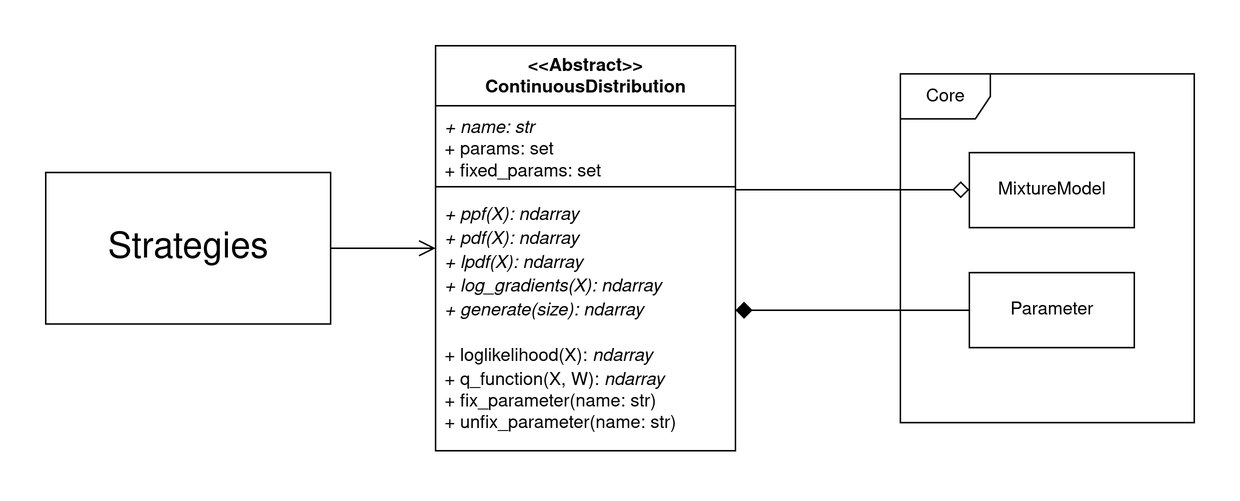
Before: _images/distributions.png, a diagram exported from draw.io (PySATL/rework-pysatl-mpest). Source tidied: cells renumbered, new cells last; positions are measured from the earlier drawing's top-left corner, leaving out a move shared by most shapes.
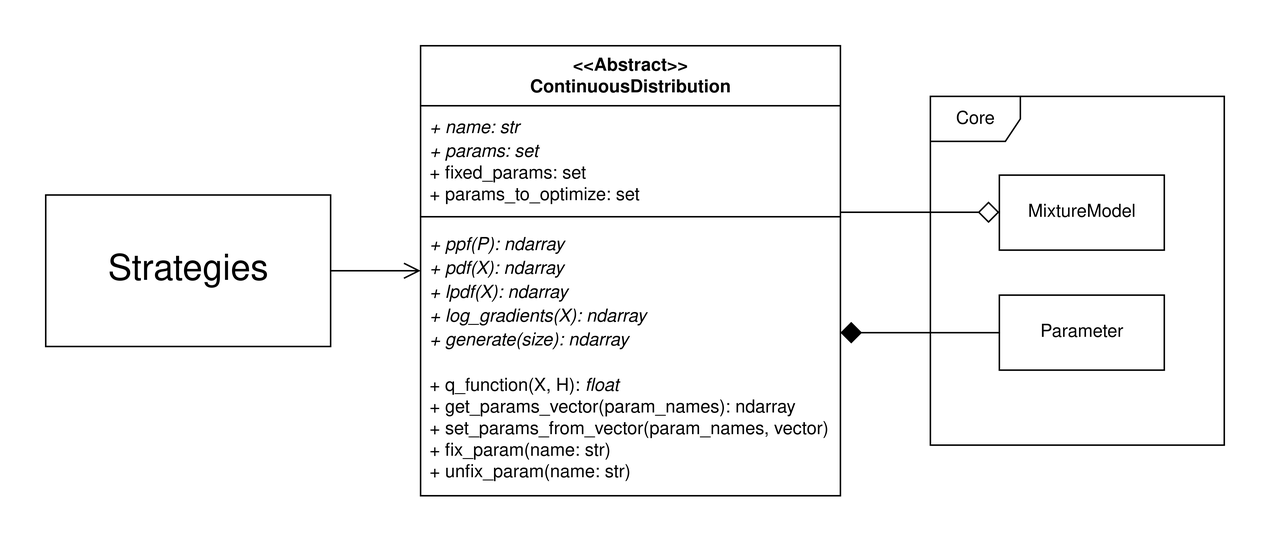
After the commit.

What changed in the source:
```diff
@@ -2,37 +2,25 @@
   <root>
     <mxCell id="0" />
     <mxCell id="1" parent="0" />
-    <mxCell id="2" style="edgeStyle=orthogonalEdgeStyle;rounded=0;jettySize=auto;html=1;endArrow=diamond;endFill=0;endSize=9;" parent="1" edge="1" source="3" target="8">
+    <mxCell id="2" style="edgeStyle=orthogonalEdgeStyle;rounded=0;jettySize=auto;html=1;endArrow=diamond;endFill=0;endSize=12;" parent="1" edge="1" source="3" target="8">
       <mxGeometry relative="1" as="geometry">
         <Array as="points">
-          <mxPoint x="500" y="96" />
-          <mxPoint x="500" y="96" />
+          <mxPoint x="540" y="96" />
+          <mxPoint x="540" y="96" />
         </Array>
       </mxGeometry>
     </mxCell>
-    <mxCell id="3" value="&amp;lt;&amp;lt;Abstract&amp;gt;&amp;gt;&lt;div&gt;ContinuousDistribution&lt;/div&gt;" style="swimlane;fontStyle=1;align=center;verticalAlign=top;horizontal=1;startSize=40;whiteSpace=wrap;html=1;" parent="1" vertex="1">
-      <mxGeometry x="260" width="200" height="270" as="geometry" />
-    </mxCell>
-    <mxCell id="4" value="&lt;div&gt;&lt;i&gt;+ name: str&lt;/i&gt;&lt;/div&gt;&lt;div&gt;+ params: set&lt;/div&gt;&lt;div&gt;+ fixed_params: set&lt;/div&gt;" style="text;strokeColor=none;fillColor=none;align=left;verticalAlign=top;spacingLeft=4;spacingRight=4;overflow=hidden;whiteSpace=wrap;html=1;" parent="3" vertex="1">
-      <mxGeometry y="40" width="200" height="50" as="geometry" />
-    </mxCell>
-    <mxCell id="5" style="line;strokeWidth=1;fillColor=none;align=left;verticalAlign=middle;spacingTop=-1;spacingLeft=3;spacingRight=3;labelPosition=right;strokeColor=inherit;" parent="3" vertex="1">
-      <mxGeometry y="90" width="200" height="8" as="geometry" />
-    </mxCell>
-    <mxCell id="6" value="&lt;div&gt;&lt;i&gt;+ ppf(X): ndarray&lt;/i&gt;&lt;/div&gt;&lt;div&gt;&lt;i&gt;+ pdf(X):&amp;nbsp;&lt;/i&gt;&lt;i&gt;ndarray&lt;/i&gt;&lt;/div&gt;&lt;div&gt;&lt;i&gt;+ lpdf(X):&amp;nbsp;&lt;/i&gt;&lt;i&gt;ndarray&lt;/i&gt;&lt;/div&gt;&lt;div&gt;&lt;i&gt;+ log_gradients(X):&amp;nbsp;&lt;/i&gt;&lt;i&gt;ndarray&lt;/i&gt;&lt;/div&gt;&lt;div&gt;&lt;i&gt;+ generate(size):&amp;nbsp;&lt;/i&gt;&lt;i&gt;ndarray&lt;/i&gt;&lt;/div&gt;&lt;div&gt;&lt;br&gt;&lt;/div&gt;&lt;div&gt;+ loglikelihood(X):&amp;nbsp;&lt;i&gt;ndarray&lt;/i&gt;&lt;/div&gt;&lt;div&gt;+ q_function(X, W):&amp;nbsp;&lt;i&gt;ndarray&lt;/i&gt;&lt;/div&gt;&lt;div&gt;+ fix_parameter(name: str)&lt;/div&gt;&lt;div&gt;+ unfix_parameter(name: str)&lt;/div&gt;&lt;div&gt;&lt;i&gt;&lt;br&gt;&lt;/i&gt;&lt;/div&gt;&lt;div&gt;&lt;i&gt;&lt;br&gt;&lt;/i&gt;&lt;/div&gt;&lt;div&gt;&lt;i&gt;&lt;br&gt;&lt;/i&gt;&lt;/div&gt;" style="text;strokeColor=none;fillColor=none;align=left;verticalAlign=top;spacingLeft=4;spacingRight=4;overflow=hidden;whiteSpace=wrap;html=1;" parent="3" vertex="1">
-      <mxGeometry y="98" width="200" height="172" as="geometry" />
-    </mxCell>
     <mxCell id="7" value="Core" style="shape=umlFrame;whiteSpace=wrap;html=1;" parent="1" vertex="1">
       <mxGeometry x="570" y="18.8" width="196" height="232.5" as="geometry" />
     </mxCell>
     <mxCell id="8" value="MixtureModel" style="html=1;whiteSpace=wrap;" parent="1" vertex="1">
       <mxGeometry x="616" y="71.2" width="110" height="50" as="geometry" />
     </mxCell>
-    <mxCell id="9" style="edgeStyle=orthogonalEdgeStyle;rounded=0;jettySize=auto;html=1;endArrow=diamond;endFill=1;endSize=9;" parent="1" edge="1" source="10" target="3">
+    <mxCell id="9" style="edgeStyle=orthogonalEdgeStyle;rounded=0;jettySize=auto;html=1;endArrow=diamond;endFill=1;endSize=12;" parent="1" edge="1" source="10" target="3">
       <mxGeometry relative="1" as="geometry">
         <Array as="points">
-          <mxPoint x="530" y="176" />
-          <mxPoint x="530" y="176" />
+          <mxPoint x="550" y="176" />
+          <mxPoint x="550" y="176" />
         </Array>
       </mxGeometry>
     </mxCell>
@@ -43,7 +31,19 @@
       <mxGeometry relative="1" as="geometry" />
     </mxCell>
     <mxCell id="12" value="&lt;font style=&quot;font-size: 24px;&quot;&gt;Strategies&lt;/font&gt;" style="html=1;whiteSpace=wrap;" parent="1" vertex="1">
-      <mxGeometry y="84.5" width="190" height="101" as="geometry" />
+      <mxGeometry x="-20" y="84.5" width="190" height="101" as="geometry" />
     </mxCell>
+    <mxCell id="3" value="&amp;lt;&amp;lt;Abstract&amp;gt;&amp;gt;&lt;div&gt;ContinuousDistribution&lt;/div&gt;" style="swimlane;fontStyle=1;align=center;verticalAlign=top;horizontal=1;startSize=40;whiteSpace=wrap;html=1;" parent="1" vertex="1">
+      <mxGeometry x="230" y="-15" width="280" height="300" as="geometry" />
+    </mxCell>
+    <mxCell id="13" value="&lt;div&gt;&lt;i&gt;+ name: str&lt;/i&gt;&lt;/div&gt;&lt;div&gt;&lt;i&gt;+ params: set&lt;/i&gt;&lt;/div&gt;&lt;div&gt;+ fixed_params: set&lt;/div&gt;&lt;div&gt;+ params_to_optimize: set&lt;/div&gt;" style="text;strokeColor=none;fillColor=none;align=left;verticalAlign=top;spacingLeft=4;spacingRight=4;overflow=hidden;whiteSpace=wrap;html=1;" parent="3" vertex="1">
+      <mxGeometry y="40" width="280" height="70" as="geometry" />
+    </mxCell>
+    <mxCell id="14" style="line;strokeWidth=1;fillColor=none;align=left;verticalAlign=middle;spacingTop=-1;spacingLeft=3;spacingRight=3;labelPosition=right;strokeColor=inherit;" parent="3" vertex="1">
+      <mxGeometry y="110" width="280" height="8" as="geometry" />
+    </mxCell>
+    <mxCell id="15" value="&lt;div&gt;&lt;i&gt;+ ppf(P): ndarray&lt;/i&gt;&lt;/div&gt;&lt;div&gt;&lt;i&gt;+ pdf(X):&amp;nbsp;&lt;/i&gt;&lt;i&gt;ndarray&lt;/i&gt;&lt;/div&gt;&lt;div&gt;&lt;i&gt;+ lpdf(X):&amp;nbsp;&lt;/i&gt;&lt;i&gt;ndarray&lt;/i&gt;&lt;/div&gt;&lt;div&gt;&lt;i&gt;+ log_gradients(X):&amp;nbsp;&lt;/i&gt;&lt;i&gt;ndarray&lt;/i&gt;&lt;/div&gt;&lt;div&gt;&lt;i&gt;+ generate(size):&amp;nbsp;&lt;/i&gt;&lt;i&gt;ndarray&lt;/i&gt;&lt;/div&gt;&lt;div&gt;&lt;br&gt;&lt;/div&gt;&lt;div&gt;+ q_function(X, H):&amp;nbsp;&lt;i&gt;float&lt;br&gt;&lt;/i&gt;+ get_params_vector(param_names): ndarray&lt;/div&gt;&lt;div&gt;+ set_params_from_vector(param_names, vector)&lt;/div&gt;&lt;div&gt;+ fix_param(name: str)&lt;/div&gt;&lt;div&gt;+ unfix_param(name: str)&lt;/div&gt;&lt;div&gt;&lt;i&gt;&lt;br&gt;&lt;/i&gt;&lt;/div&gt;&lt;div&gt;&lt;i&gt;&lt;br&gt;&lt;/i&gt;&lt;/div&gt;&lt;div&gt;&lt;i&gt;&lt;br&gt;&lt;/i&gt;&lt;/div&gt;" style="text;strokeColor=none;fillColor=none;align=left;verticalAlign=top;spacingLeft=4;spacingRight=4;overflow=hidden;whiteSpace=wrap;html=1;" parent="3" vertex="1">
+      <mxGeometry y="118" width="280" height="182" as="geometry" />
+    </mxCell>
   </root>
 </mxGraphModel>
```
